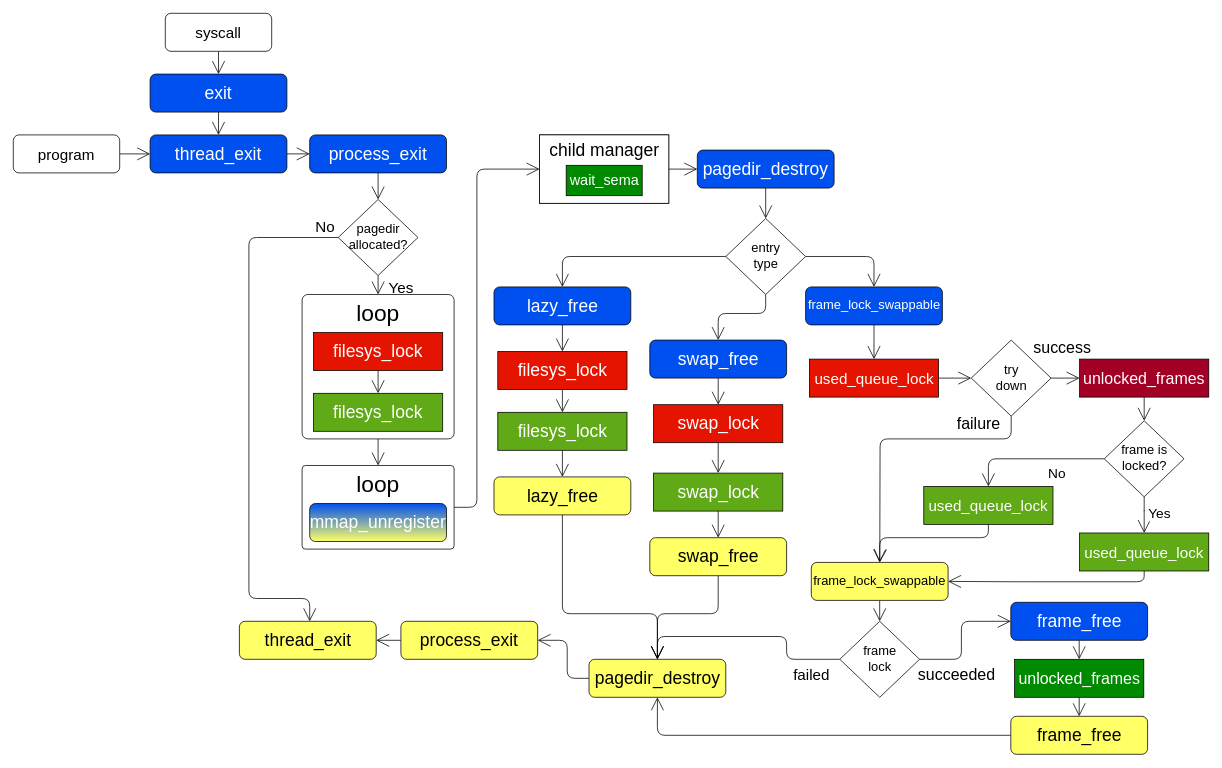
This is doc/Task 3 - Design Document/diagram/synch thread exit.drawio from OliverKillane/Imperial-Pintos, a draw.io file, before an edit. Source tidied: cells renumbered, new cells numbered last; positions are measured from the earlier drawing's top-left corner, leaving out a move shared by most shapes. Both pictures are drawn from the tidied source at 76%, with x=0, y=0 at pixel (13, 13).
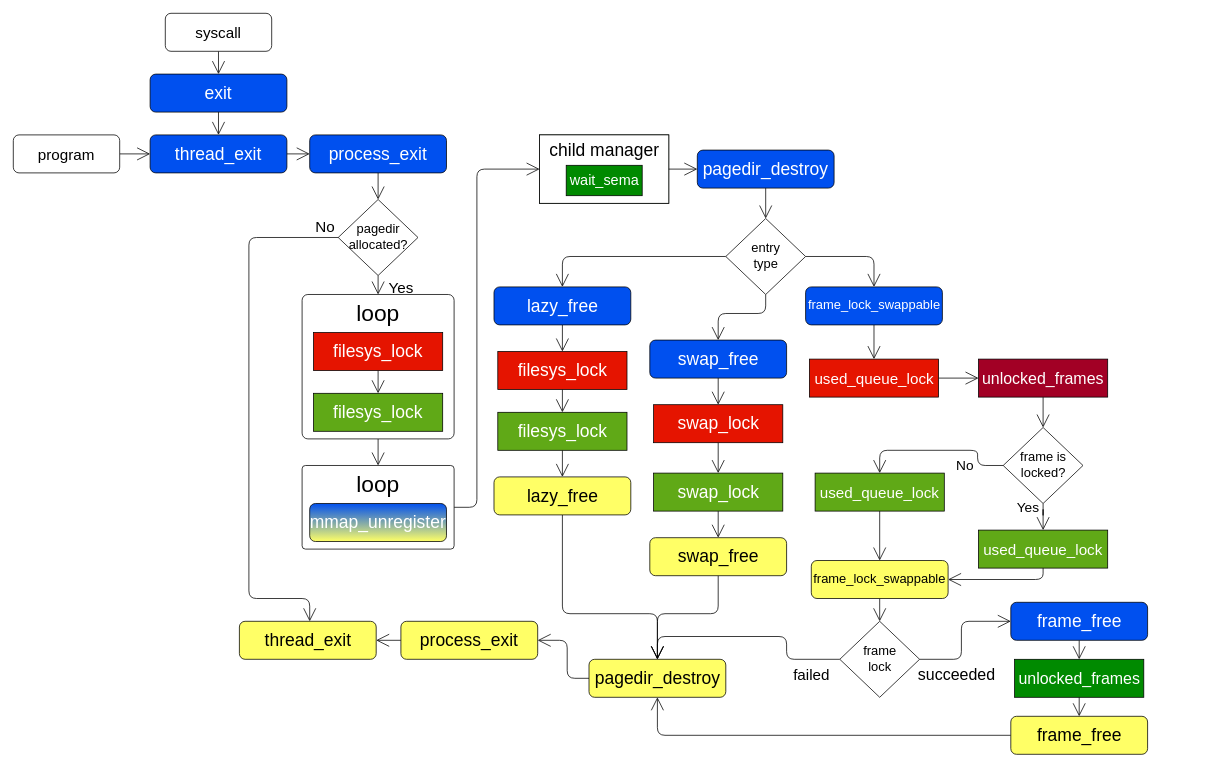
The same page after the edit.

Commit message (it also covers changes not shown here):
Updated diagrams: - removed typo from exec syscall and swap_page_evict - updated try_sema_down to sema_down in frame locking

Unchanged cells that the change refers to:
```xml
<mxCell id="38" value="used_queue_lock" style="rounded=0;whiteSpace=wrap;html=1;fontSize=20;fillColor=#e51400;fontColor=#ffffff;" parent="1" vertex="1">
  <mxGeometry x="1047.5" y="455" width="170" height="50" as="geometry" />
</mxCell>
```

The edit, as a diff of the source:
```diff
@@
     <mxCell id="35" value="frame_lock_swappable" style="rounded=1;whiteSpace=wrap;html=1;fontSize=17;fillColor=#FFFF66;" parent="1" vertex="1">
-      <mxGeometry x="1050" y="722.5" width="180" height="50" as="geometry" />
+      <mxGeometry x="1050" y="720" width="180" height="50" as="geometry" />
     </mxCell>
@@
-    <mxCell id="37" style="edgeStyle=orthogonalEdgeStyle;rounded=1;jumpStyle=arc;jumpSize=15;jettySize=auto;html=1;exitX=1;exitY=0.5;exitDx=0;exitDy=0;entryX=0;entryY=0.5;entryDx=0;entryDy=0;endArrow=open;endFill=0;endSize=15;fontSize=21;fontColor=#000000;" parent="1" edge="1" source="38" target="70">
+    <mxCell id="37" style="edgeStyle=orthogonalEdgeStyle;rounded=1;jumpStyle=arc;jumpSize=15;jettySize=auto;html=1;exitX=1;exitY=0.5;exitDx=0;exitDy=0;entryX=0;entryY=0.5;entryDx=0;entryDy=0;endArrow=open;endFill=0;endSize=15;fontSize=21;fontColor=#000000;" parent="1" edge="1" source="38" target="71">
       <mxGeometry relative="1" as="geometry" />
     </mxCell>
@@
     <mxCell id="41" value="frame is&lt;br&gt;locked?" style="rhombus;whiteSpace=wrap;html=1;strokeColor=#000000;fontSize=17;" parent="1" vertex="1">
-      <mxGeometry x="1435.5" y="536.2" width="105" height="100" as="geometry" />
+      <mxGeometry x="1302.5" y="545" width="105" height="100" as="geometry" />
     </mxCell>
-    <mxCell id="42" style="edgeStyle=orthogonalEdgeStyle;rounded=1;jettySize=auto;html=1;exitX=0.5;exitY=1;exitDx=0;exitDy=0;entryX=1;entryY=0.5;entryDx=0;entryDy=0;endArrow=open;endFill=0;endSize=15;fontSize=17;" parent="1" edge="1" source="43" target="35">
-      <mxGeometry relative="1" as="geometry">
-        <Array as="points">
-          <mxPoint x="1488.5" y="748" />
-          <mxPoint x="1321.5" y="748" />
-        </Array>
-      </mxGeometry>
-    </mxCell>
     <mxCell id="43" value="used_queue_lock" style="rounded=0;whiteSpace=wrap;html=1;fontSize=20;fillColor=#60a917;fontColor=#ffffff;" parent="1" vertex="1">
-      <mxGeometry x="1403" y="683.8" width="170" height="50" as="geometry" />
+      <mxGeometry x="1270" y="680" width="170" height="50" as="geometry" />
     </mxCell>
     <mxCell id="44" style="edgeStyle=orthogonalEdgeStyle;rounded=1;jettySize=auto;html=1;exitX=0.5;exitY=1;exitDx=0;exitDy=0;entryX=0.5;entryY=0;entryDx=0;entryDy=0;endArrow=open;endFill=0;endSize=15;fontSize=17;" parent="1" edge="1" source="45" target="35">
       <mxGeometry relative="1" as="geometry">
         <Array as="points">
-          <mxPoint x="1283.5" y="690" />
-          <mxPoint x="1140.5" y="690" />
+          <mxPoint x="1140" y="655" />
         </Array>
       </mxGeometry>
     </mxCell>
     <mxCell id="45" value="used_queue_lock" style="rounded=0;whiteSpace=wrap;html=1;fontSize=20;fillColor=#60a917;fontColor=#ffffff;" parent="1" vertex="1">
-      <mxGeometry x="1198" y="622.5" width="170" height="50" as="geometry" />
+      <mxGeometry x="1055" y="605" width="170" height="50" as="geometry" />
     </mxCell>
@@
-    <mxCell id="68" value="success" style="edgeStyle=orthogonalEdgeStyle;rounded=1;jumpStyle=arc;jumpSize=15;jettySize=auto;html=1;exitX=1;exitY=0.5;exitDx=0;exitDy=0;entryX=0;entryY=0.5;entryDx=0;entryDy=0;endArrow=open;endFill=0;endSize=15;fontSize=21;fontColor=#000000;" parent="1" edge="1" source="70" target="71">
-      <mxGeometry x="-0.23" y="40" relative="1" as="geometry" />
-    </mxCell>
-    <mxCell id="69" value="failure" style="edgeStyle=orthogonalEdgeStyle;rounded=1;jumpStyle=arc;jumpSize=15;jettySize=auto;html=1;exitX=0.5;exitY=1;exitDx=0;exitDy=0;endArrow=open;endFill=0;endSize=15;fontSize=21;fontColor=#000000;entryX=0.5;entryY=0;entryDx=0;entryDy=0;" parent="1" edge="1" source="70" target="35">
-      <mxGeometry x="-0.6" y="-20" relative="1" as="geometry">
-        <Array as="points">
-          <mxPoint x="1313.5" y="560" />
-          <mxPoint x="1140.5" y="560" />
-          <mxPoint x="1140.5" y="713" />
-        </Array>
-      </mxGeometry>
-    </mxCell>
-    <mxCell id="70" value="try&lt;br&gt;down" style="rhombus;whiteSpace=wrap;html=1;strokeColor=#000000;fontSize=17;" parent="1" vertex="1">
-      <mxGeometry x="1260.5" y="430" width="105" height="100" as="geometry" />
-    </mxCell>
     <mxCell id="71" value="unlocked_frames" style="rounded=0;whiteSpace=wrap;html=1;fontSize=21;fillColor=#a20025;fontColor=#ffffff;" parent="1" vertex="1">
-      <mxGeometry x="1403" y="455" width="170" height="50" as="geometry" />
+      <mxGeometry x="1270" y="455" width="170" height="50" as="geometry" />
     </mxCell>
@@
+    <mxCell id="42" style="edgeStyle=orthogonalEdgeStyle;rounded=1;jettySize=auto;html=1;exitX=0.5;exitY=1;exitDx=0;exitDy=0;entryX=1;entryY=0.5;entryDx=0;entryDy=0;endArrow=open;endFill=0;endSize=15;fontSize=17;" parent="1" edge="1" source="43" target="35">
+      <mxGeometry relative="1" as="geometry">
+        <Array as="points">
+          <mxPoint x="1355" y="745" />
+        </Array>
+      </mxGeometry>
+    </mxCell>
```
